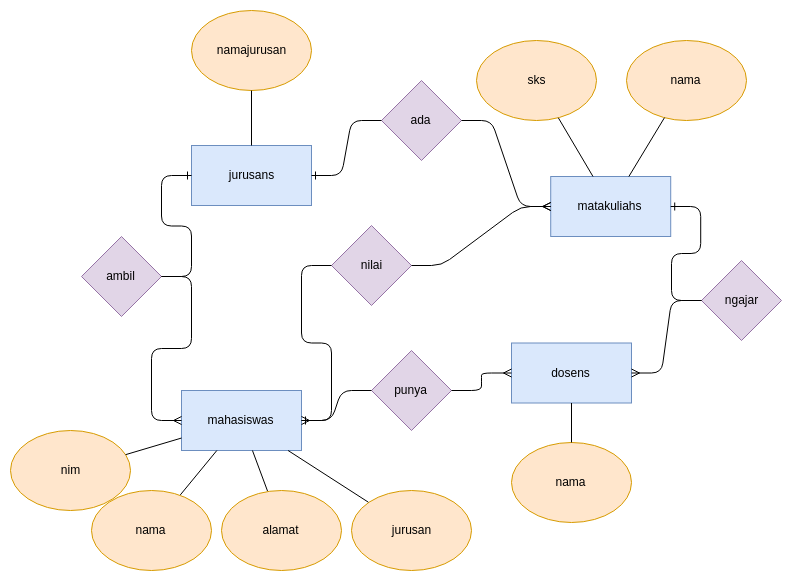
Before: 014 - Database/university.db.png, a diagram exported from draw.io (emzhofb/rubicamp). Source tidied: cells renumbered, new cells last; positions are measured from the earlier drawing's top-left corner, leaving out a move shared by most shapes.
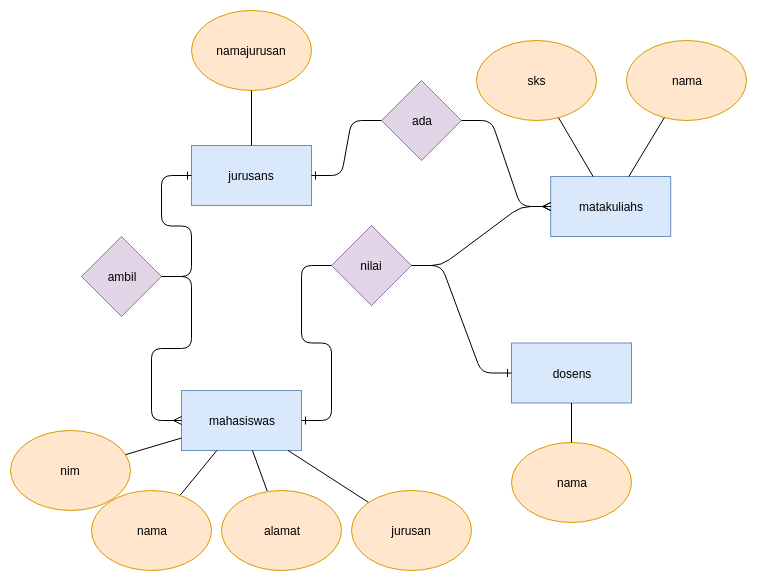
After the change.

Change to the diagram source:
```diff
@@ -62,15 +62,6 @@
     <mxCell id="21" style="endArrow=none;html=1;" parent="1" edge="1" source="17" target="19">
       <mxGeometry relative="1" as="geometry" />
     </mxCell>
-    <mxCell id="22" value="punya" style="rhombus;whiteSpace=wrap;html=1;fillColor=#e1d5e7;strokeColor=#9673a6;" parent="1" vertex="1">
-      <mxGeometry x="361" y="340" width="80" height="80" as="geometry" />
-    </mxCell>
-    <mxCell id="23" style="edgeStyle=entityRelationEdgeStyle;fontSize=12;html=1;endArrow=ERmany;" parent="1" edge="1" source="22" target="14">
-      <mxGeometry relative="1" as="geometry" />
-    </mxCell>
-    <mxCell id="24" style="edgeStyle=entityRelationEdgeStyle;fontSize=12;html=1;endArrow=ERmany;" parent="1" edge="1" source="22" target="2">
-      <mxGeometry relative="1" as="geometry" />
-    </mxCell>
     <mxCell id="25" value="ambil" style="rhombus;whiteSpace=wrap;html=1;fillColor=#e1d5e7;strokeColor=#9673a6;" parent="1" vertex="1">
       <mxGeometry x="71" y="226" width="80" height="80" as="geometry" />
     </mxCell>
@@ -89,15 +80,6 @@
     <mxCell id="30" style="edgeStyle=entityRelationEdgeStyle;fontSize=12;html=1;endArrow=ERmany;" parent="1" edge="1" source="28" target="17">
       <mxGeometry relative="1" as="geometry" />
     </mxCell>
-    <mxCell id="31" value="ngajar" style="rhombus;whiteSpace=wrap;html=1;fillColor=#e1d5e7;strokeColor=#9673a6;" parent="1" vertex="1">
-      <mxGeometry x="691" y="250" width="80" height="80" as="geometry" />
-    </mxCell>
-    <mxCell id="32" style="edgeStyle=entityRelationEdgeStyle;fontSize=12;html=1;endArrow=ERone;endFill=1;" parent="1" edge="1" source="31" target="17">
-      <mxGeometry relative="1" as="geometry" />
-    </mxCell>
-    <mxCell id="33" style="edgeStyle=entityRelationEdgeStyle;fontSize=12;html=1;endArrow=ERmany;" parent="1" edge="1" source="31" target="14">
-      <mxGeometry relative="1" as="geometry" />
-    </mxCell>
     <mxCell id="34" value="nilai" style="rhombus;whiteSpace=wrap;html=1;fillColor=#e1d5e7;strokeColor=#9673a6;" parent="1" vertex="1">
       <mxGeometry x="321" y="215" width="80" height="80" as="geometry" />
     </mxCell>
@@ -107,5 +89,8 @@
     <mxCell id="36" style="edgeStyle=entityRelationEdgeStyle;fontSize=12;html=1;endArrow=ERmany;" parent="1" edge="1" source="34" target="17">
       <mxGeometry relative="1" as="geometry" />
     </mxCell>
+    <mxCell id="37" style="edgeStyle=entityRelationEdgeStyle;fontSize=12;html=1;endArrow=ERone;endFill=1;" parent="1" edge="1" source="34" target="14">
+      <mxGeometry relative="1" as="geometry" />
+    </mxCell>
   </root>
 </mxGraphModel>
```
